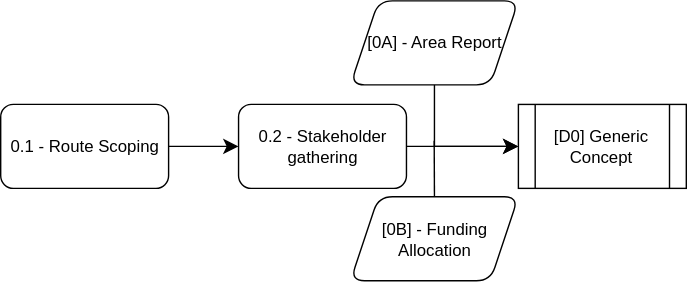
This is public/diagrams/step-0.svg from TortoiseFather/sacred-site, a draw.io export, as it was before one commit. Source tidied: cells renumbered, new cells last; positions are measured from the earlier drawing's top-left corner, leaving out a move shared by most shapes.
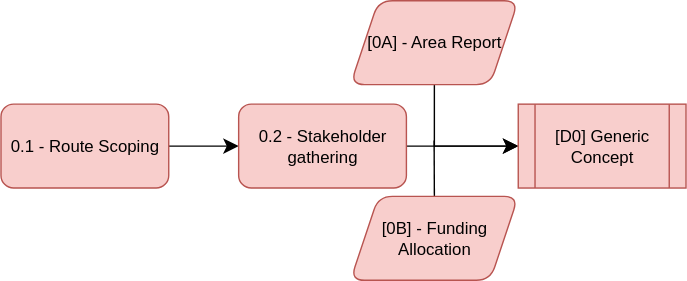
The same file after the commit.

Diff of the diagram source:
```diff
@@ -5,13 +5,13 @@
     <mxCell id="2" style="edgeStyle=none;curved=1;rounded=0;jettySize=auto;html=1;fontSize=12;startSize=8;endSize=8;" parent="1" edge="1" source="3" target="5">
       <mxGeometry relative="1" as="geometry" />
     </mxCell>
-    <mxCell id="3" value="0.1 - Route Scoping" style="rounded=1;whiteSpace=wrap;html=1;" parent="1" vertex="1">
+    <mxCell id="3" value="0.1 - Route Scoping" style="rounded=1;whiteSpace=wrap;html=1;fillColor=#f8cecc;strokeColor=#b85450;" parent="1" vertex="1">
       <mxGeometry y="74" width="120" height="60" as="geometry" />
     </mxCell>
     <mxCell id="4" style="edgeStyle=none;curved=1;rounded=0;jettySize=auto;html=1;fontSize=12;startSize=8;endSize=8;" parent="1" edge="1" source="5" target="10">
       <mxGeometry relative="1" as="geometry" />
     </mxCell>
-    <mxCell id="5" value="0.2 - Stakeholder gathering" style="rounded=1;whiteSpace=wrap;html=1;" parent="1" vertex="1">
+    <mxCell id="5" value="0.2 - Stakeholder gathering" style="rounded=1;whiteSpace=wrap;html=1;fillColor=#f8cecc;strokeColor=#b85450;" parent="1" vertex="1">
       <mxGeometry x="170" y="74" width="120" height="60" as="geometry" />
     </mxCell>
     <mxCell id="6" style="edgeStyle=none;curved=0;rounded=0;jettySize=auto;html=1;entryX=0;entryY=0.5;entryDx=0;entryDy=0;fontSize=12;startSize=8;endSize=8;" parent="1" edge="1" source="7" target="10">
@@ -21,7 +21,7 @@
         </Array>
       </mxGeometry>
     </mxCell>
-    <mxCell id="7" value="[0A] - Area Report" style="shape=parallelogram;perimeter=parallelogramPerimeter;whiteSpace=wrap;html=1;fixedSize=1;size=20.000000000000114;rounded=1;" parent="1" vertex="1">
+    <mxCell id="7" value="[0A] - Area Report" style="shape=parallelogram;perimeter=parallelogramPerimeter;whiteSpace=wrap;html=1;fixedSize=1;size=20.000000000000114;rounded=1;fillColor=#f8cecc;strokeColor=#b85450;" parent="1" vertex="1">
       <mxGeometry x="250" width="120" height="60" as="geometry" />
     </mxCell>
     <mxCell id="8" style="edgeStyle=none;curved=1;rounded=0;jettySize=auto;html=1;exitX=0.5;exitY=0;exitDx=0;exitDy=0;fontSize=12;startSize=8;endSize=8;endArrow=none;endFill=0;" parent="1" edge="1" source="9">
@@ -29,10 +29,10 @@
         <mxPoint x="309.8" y="100" as="targetPoint" />
       </mxGeometry>
     </mxCell>
-    <mxCell id="9" value="[0B] - Funding Allocation" style="shape=parallelogram;perimeter=parallelogramPerimeter;whiteSpace=wrap;html=1;fixedSize=1;size=20.000000000000114;rounded=1;" parent="1" vertex="1">
+    <mxCell id="9" value="[0B] - Funding Allocation" style="shape=parallelogram;perimeter=parallelogramPerimeter;whiteSpace=wrap;html=1;fixedSize=1;size=20.000000000000114;rounded=1;fillColor=#f8cecc;strokeColor=#b85450;" parent="1" vertex="1">
       <mxGeometry x="250" y="140" width="120" height="60" as="geometry" />
     </mxCell>
-    <mxCell id="10" value="[D0] Generic Concept" style="shape=process;whiteSpace=wrap;html=1;backgroundOutline=1;" parent="1" vertex="1">
+    <mxCell id="10" value="[D0] Generic Concept" style="shape=process;whiteSpace=wrap;html=1;backgroundOutline=1;fillColor=#f8cecc;strokeColor=#b85450;" parent="1" vertex="1">
       <mxGeometry x="370" y="74" width="120" height="60" as="geometry" />
     </mxCell>
   </root>
```
